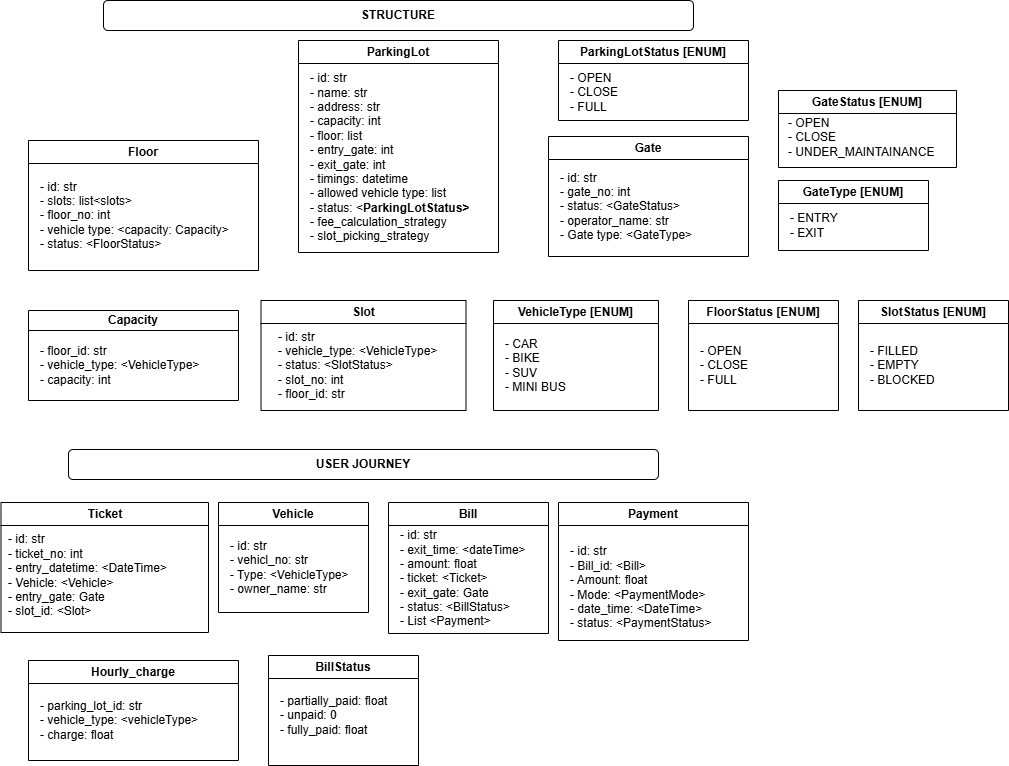
ashu7mishra/ParkingLot keeps this draw.io diagram as ParkingLot.png. Above is the earlier version. Source tidied: cells renumbered, new cells last; positions are measured from the earlier drawing's top-left corner, leaving out a move shared by most shapes.
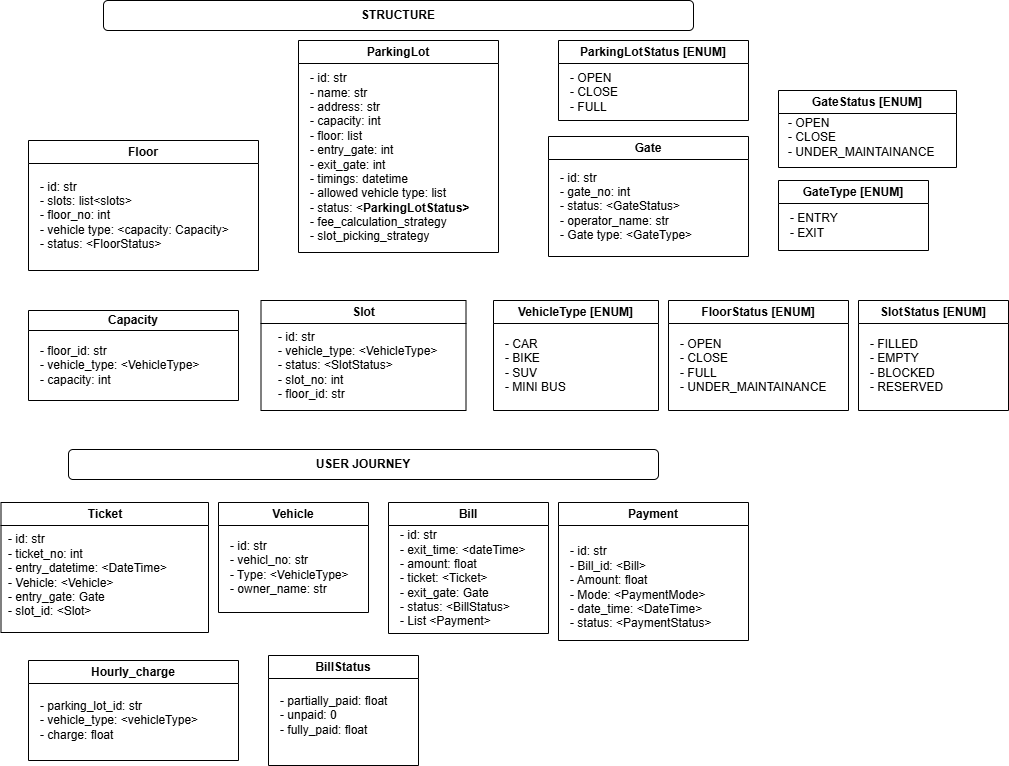
The same file after the commit.

What changed in the source:
```diff
@@ -75,10 +75,10 @@
       <mxGeometry x="10" y="30" width="80" height="70" as="geometry" />
     </mxCell>
     <mxCell id="26" value="FloorStatus [ENUM]" style="swimlane;whiteSpace=wrap;html=1;" parent="1" vertex="1">
-      <mxGeometry x="688" y="300" width="150" height="110" as="geometry" />
+      <mxGeometry x="668" y="300" width="180" height="110" as="geometry" />
     </mxCell>
-    <mxCell id="27" value="- OPEN&lt;div&gt;- CLOSE&lt;/div&gt;&lt;div&gt;- FULL&lt;/div&gt;" style="text;html=1;align=left;verticalAlign=middle;strokeColor=none;fillColor=none;" parent="26" vertex="1">
-      <mxGeometry x="10" y="35" width="70" height="60" as="geometry" />
+    <mxCell id="27" value="- OPEN&lt;div&gt;- CLOSE&lt;/div&gt;&lt;div&gt;- FULL&lt;/div&gt;&lt;div&gt;- UNDER_MAINTAINANCE&lt;/div&gt;" style="text;html=1;align=left;verticalAlign=middle;strokeColor=none;fillColor=none;" parent="26" vertex="1">
+      <mxGeometry x="10" y="30" width="170" height="70" as="geometry" />
     </mxCell>
     <mxCell id="28" value="GateStatus [ENUM]" style="swimlane;whiteSpace=wrap;html=1;" parent="1" vertex="1">
       <mxGeometry x="778" y="90" width="178" height="77" as="geometry" />
@@ -101,8 +101,8 @@
     <mxCell id="34" value="SlotStatus [ENUM]" style="swimlane;whiteSpace=wrap;html=1;" parent="1" vertex="1">
       <mxGeometry x="858" y="300" width="150" height="110" as="geometry" />
     </mxCell>
-    <mxCell id="35" value="- FILLED&lt;div&gt;- EMPTY&lt;/div&gt;&lt;div&gt;- BLOCKED&lt;/div&gt;" style="text;html=1;align=left;verticalAlign=middle;strokeColor=none;fillColor=none;" parent="34" vertex="1">
-      <mxGeometry x="10" y="35" width="90" height="60" as="geometry" />
+    <mxCell id="35" value="- FILLED&lt;div&gt;- EMPTY&lt;/div&gt;&lt;div&gt;- BLOCKED&lt;/div&gt;&lt;div&gt;- RESERVED&lt;/div&gt;" style="text;html=1;align=left;verticalAlign=middle;strokeColor=none;fillColor=none;" parent="34" vertex="1">
+      <mxGeometry x="10" y="30" width="100" height="70" as="geometry" />
     </mxCell>
     <mxCell id="36" value="BillStatus" style="swimlane;whiteSpace=wrap;html=1;" parent="1" vertex="1">
       <mxGeometry x="268" y="655" width="150" height="110" as="geometry" />
```
